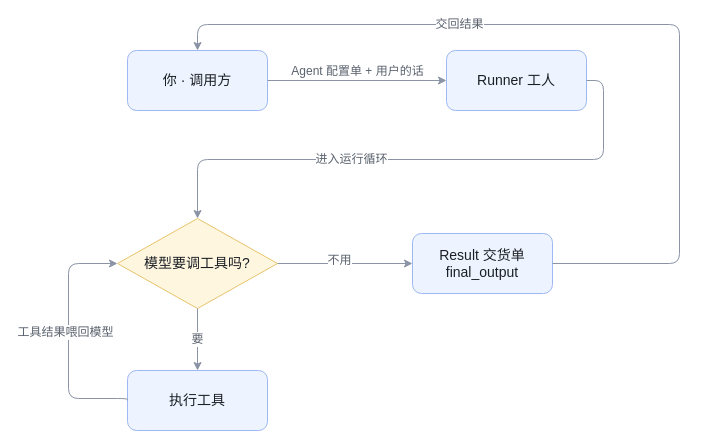
Rodma1/draw keeps this draw.io diagram as page "配图1-三件套关系" (1 of 2) of ai/通用Agent平台实战-01-第1天.drawio. Above is the earlier version. Source tidied: cells renumbered, new cells numbered last; positions are measured from the earlier drawing's top-left corner, leaving out a move shared by most shapes. Both pictures are drawn from the tidied source at 100%, with x=0, y=0 at pixel (68, 24).
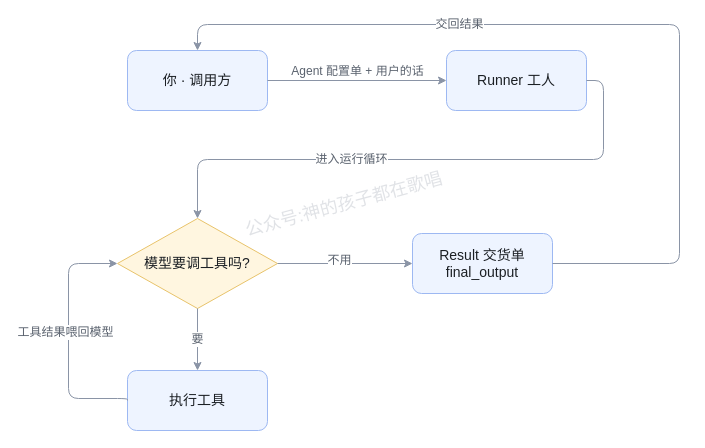
The same page after the edit.

Diff of the diagram source:
```diff
@@
 <mxGraphModel>
   <root>
     <mxCell id="0" />
     <mxCell id="1" parent="0" />
     <mxCell id="2" value="你 · 调用方" style="rounded=1;whiteSpace=wrap;html=1;fillColor=#EEF4FF;strokeColor=#9DB8F2;fontColor=#1B1F24;fontSize=14;" parent="1" vertex="1">
       <mxGeometry x="59" y="26" width="140" height="60" as="geometry" />
     </mxCell>
     <mxCell id="3" value="Runner 工人" style="rounded=1;whiteSpace=wrap;html=1;fillColor=#EEF4FF;strokeColor=#9DB8F2;fontColor=#1B1F24;fontSize=14;" parent="1" vertex="1">
       <mxGeometry x="378" y="26" width="140" height="60" as="geometry" />
     </mxCell>
     <mxCell id="4" value="模型要调工具吗?" style="rhombus;whiteSpace=wrap;html=1;fillColor=#FFF6E0;strokeColor=#E8C36A;fontColor=#1B1F24;fontSize=14;" parent="1" vertex="1">
       <mxGeometry x="49" y="194" width="160" height="90" as="geometry" />
     </mxCell>
     <mxCell id="5" value="Result 交货单&lt;br&gt;final_output" style="rounded=1;whiteSpace=wrap;html=1;fillColor=#EEF4FF;strokeColor=#9DB8F2;fontColor=#1B1F24;fontSize=14;" parent="1" vertex="1">
       <mxGeometry x="344" y="209" width="140" height="60" as="geometry" />
     </mxCell>
     <mxCell id="6" value="执行工具" style="rounded=1;whiteSpace=wrap;html=1;fillColor=#EEF4FF;strokeColor=#9DB8F2;fontColor=#1B1F24;fontSize=14;" parent="1" vertex="1">
       <mxGeometry x="59" y="346" width="140" height="60" as="geometry" />
     </mxCell>
     <mxCell id="7" value="Agent 配置单 + 用户的话" style="edgeStyle=orthogonalEdgeStyle;rounded=1;html=1;strokeColor=#8A94A6;fontColor=#5A626E;fontSize=12;endArrow=classic;exitX=1;exitY=0.5;exitDx=0;exitDy=0;entryX=0;entryY=0.5;entryDx=0;entryDy=0;labelBackgroundColor=default;defaultLabelBackgroundColor=page;verticalAlign=bottom;labelPlacement=auto;" parent="1" edge="1" source="2" target="3">
       <mxGeometry relative="1" as="geometry" />
     </mxCell>
     <mxCell id="8" value="进入运行循环" style="edgeStyle=orthogonalEdgeStyle;rounded=1;html=1;strokeColor=#8A94A6;fontColor=#5A626E;fontSize=12;endArrow=classic;exitX=1;exitY=0.5;exitDx=0;exitDy=0;entryX=0.5;entryY=0;entryDx=0;entryDy=0;labelBackgroundColor=default;defaultLabelBackgroundColor=page;labelPlacement=auto;" parent="1" edge="1" source="3" target="4">
       <mxGeometry x="0.24" relative="1" as="geometry">
         <Array as="points">
           <mxPoint x="535" y="56" />
           <mxPoint x="535" y="135" />
           <mxPoint x="129" y="135" />
         </Array>
       </mxGeometry>
     </mxCell>
     <mxCell id="9" value="不用" style="edgeStyle=orthogonalEdgeStyle;rounded=1;html=1;strokeColor=#8A94A6;fontColor=#5A626E;fontSize=12;endArrow=classic;exitX=1;exitY=0.5;exitDx=0;exitDy=0;entryX=0;entryY=0.5;entryDx=0;entryDy=0;labelBackgroundColor=default;defaultLabelBackgroundColor=page;labelPlacement=auto;" parent="1" edge="1" source="4" target="5">
       <mxGeometry x="-0.08" y="3" relative="1" as="geometry" />
     </mxCell>
     <mxCell id="10" value="要" style="edgeStyle=orthogonalEdgeStyle;rounded=1;html=1;strokeColor=#8A94A6;fontColor=#5A626E;fontSize=12;endArrow=classic;exitX=0.5;exitY=1;exitDx=0;exitDy=0;entryX=0.5;entryY=0;entryDx=0;entryDy=0;labelBackgroundColor=default;defaultLabelBackgroundColor=page;labelPlacement=auto;" parent="1" edge="1" source="4" target="6">
       <mxGeometry relative="1" as="geometry" />
     </mxCell>
     <mxCell id="11" value="工具结果喂回模型" style="edgeStyle=orthogonalEdgeStyle;rounded=1;html=1;strokeColor=#8A94A6;fontColor=#5A626E;fontSize=12;endArrow=classic;exitX=0;exitY=0.5;exitDx=0;exitDy=0;entryX=0;entryY=0.5;entryDx=0;entryDy=0;labelBackgroundColor=default;defaultLabelBackgroundColor=page;labelPlacement=auto;" parent="1" edge="1" source="6" target="4">
       <mxGeometry x="0.04" y="3" relative="1" as="geometry">
         <Array as="points">
           <mxPoint y="374" />
           <mxPoint y="239" />
         </Array>
       </mxGeometry>
     </mxCell>
     <mxCell id="12" value="交回结果" style="edgeStyle=orthogonalEdgeStyle;rounded=1;html=1;strokeColor=#8A94A6;fontColor=#5A626E;fontSize=12;endArrow=classic;exitX=1;exitY=0.5;exitDx=0;exitDy=0;entryX=0.5;entryY=0;entryDx=0;entryDy=0;labelBackgroundColor=default;defaultLabelBackgroundColor=page;labelPlacement=auto;" parent="1" edge="1" source="5" target="2">
       <mxGeometry x="0.34" relative="1" as="geometry">
         <Array as="points">
           <mxPoint x="611" y="239" />
           <mxPoint x="611" />
           <mxPoint x="129" />
         </Array>
       </mxGeometry>
     </mxCell>
+    <mxCell id="13" value="公众号:神的孩子都在歌唱" style="text;html=1;fontSize=18;fontColor=#9CA3AF;opacity=40;align=right;verticalAlign=middle;opacityGroup=1;textOpacity=30;rotation=-15;" parent="1" vertex="1">
+      <mxGeometry x="199" y="160" width="179" height="34" as="geometry" />
+    </mxCell>
   </root>
 </mxGraphModel>
```
